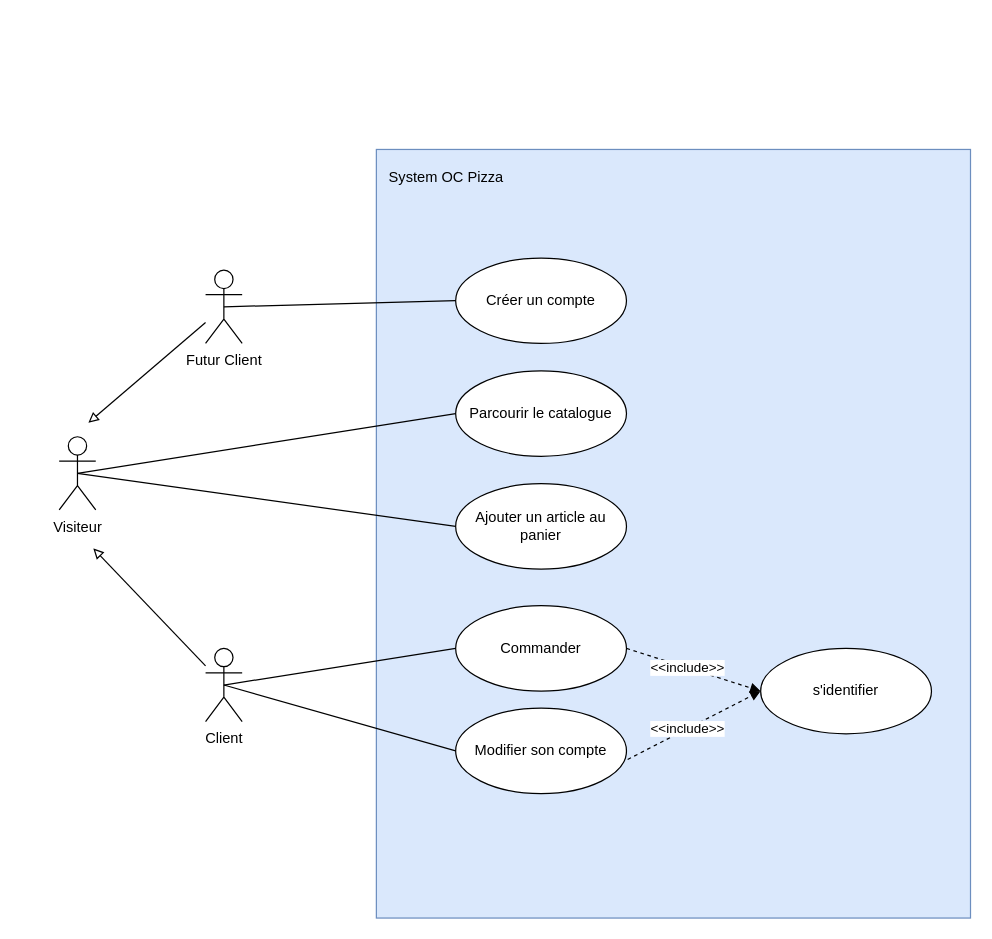
Above: Diagramme de cas d'utilisation 1.drawio in vinsbld/OCP (draw.io), before the change. Source tidied: cells renumbered, new cells numbered last; positions are measured from the earlier drawing's top-left corner, leaving out a move shared by most shapes. Both pictures are drawn from the tidied source at 122%, with x=0, y=0 at pixel (59, 149).
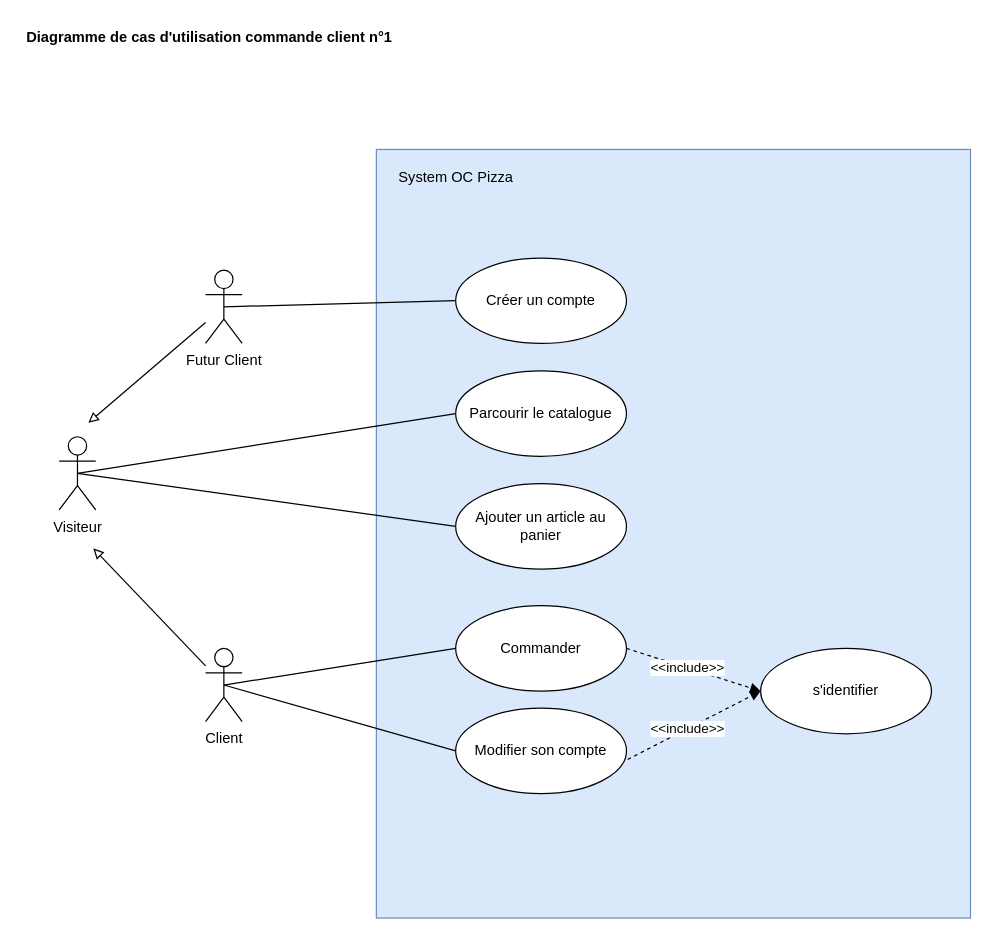
The same page after the edit.

What changed in the source:
```diff
@@
     <mxCell id="19" value="System OC Pizza" style="text;html=1;strokeColor=none;fillColor=none;align=center;verticalAlign=middle;whiteSpace=wrap;rounded=0;" parent="1" vertex="1">
-      <mxGeometry x="260" y="13" width="115" height="20" as="geometry" />
+      <mxGeometry x="267.5" y="13" width="115" height="20" as="geometry" />
     </mxCell>
@@
+    <mxCell id="22" value="Diagramme de cas d'utilisation commande client n°1" style="text;align=left;fontStyle=1;verticalAlign=middle;spacingLeft=3;spacingRight=3;strokeColor=none;" parent="1" vertex="1">
+      <mxGeometry x="-31.5" y="-105.5" width="333" height="26" as="geometry" />
+    </mxCell>
```
